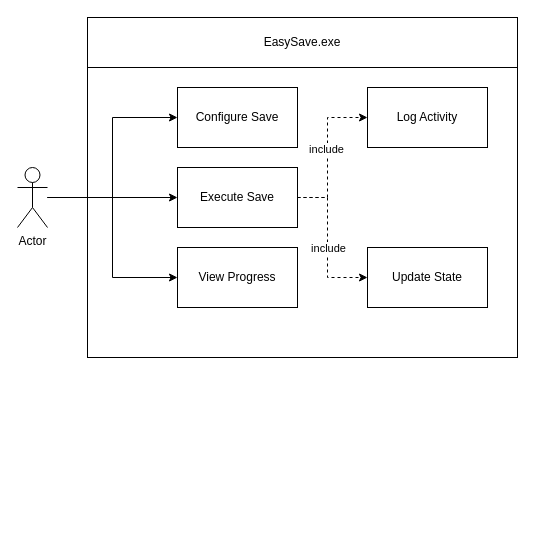
This is Diagrams/Use Case.drawio from Fire-90/CESI_Genie_Logiciel, a draw.io file, before an edit. Source tidied: cells renumbered, new cells numbered last; positions are measured from the earlier drawing's top-left corner, leaving out a move shared by most shapes. Both pictures are drawn from the tidied source at 100%, with x=0, y=0 at pixel (17, 17).
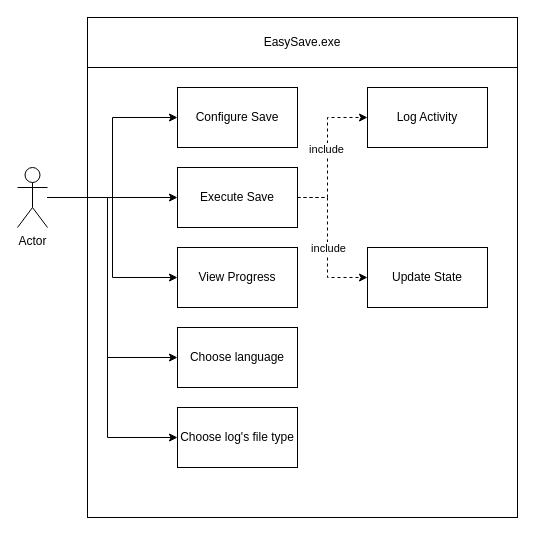
The same page after the edit.

Commit message (it also covers changes not shown here):
Activity and Use Case Modification

The change refers to these unchanged cells:
```xml
<mxCell id="15" value="Actor" style="shape=umlActor;verticalLabelPosition=bottom;verticalAlign=top;html=1;outlineConnect=0;" parent="1" vertex="1">
  <mxGeometry y="150" width="30" height="60" as="geometry" />
</mxCell>
```

What changed in the source:
```diff
@@
     <mxCell id="2" style="rounded=0;whiteSpace=wrap;html=1;" parent="1" vertex="1">
-      <mxGeometry x="70" width="430" height="340" as="geometry" />
+      <mxGeometry x="70" width="430" height="500" as="geometry" />
     </mxCell>
@@
+    <mxCell id="17" style="edgeStyle=orthogonalEdgeStyle;rounded=0;jettySize=auto;html=1;" parent="1" edge="1" source="15" target="19">
+      <mxGeometry relative="1" as="geometry">
+        <Array as="points">
+          <mxPoint x="90" y="180" />
+          <mxPoint x="90" y="340" />
+        </Array>
+      </mxGeometry>
+    </mxCell>
+    <mxCell id="18" style="edgeStyle=orthogonalEdgeStyle;rounded=0;jettySize=auto;html=1;" parent="1" edge="1" source="15" target="20">
+      <mxGeometry relative="1" as="geometry">
+        <Array as="points">
+          <mxPoint x="90" y="180" />
+          <mxPoint x="90" y="420" />
+        </Array>
+      </mxGeometry>
+    </mxCell>
@@
+    <mxCell id="19" value="Choose language" style="rounded=0;whiteSpace=wrap;html=1;" parent="1" vertex="1">
+      <mxGeometry x="160" y="310" width="120" height="60" as="geometry" />
+    </mxCell>
+    <mxCell id="20" value="Choose log's file type" style="rounded=0;whiteSpace=wrap;html=1;" parent="1" vertex="1">
+      <mxGeometry x="160" y="390" width="120" height="60" as="geometry" />
+    </mxCell>
```
